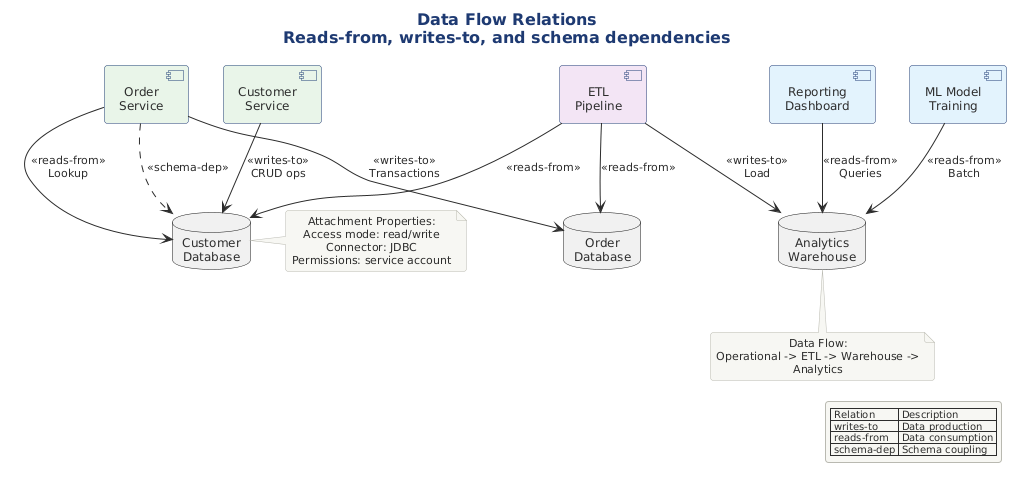
Above: src/architecture/views-and-beyond/style-catalogs/component-and-connector/shared-data-style/png/flow-relations-reads-writes-schema.png in Notoriousjayy/latex-docs (PlantUML), before the change.
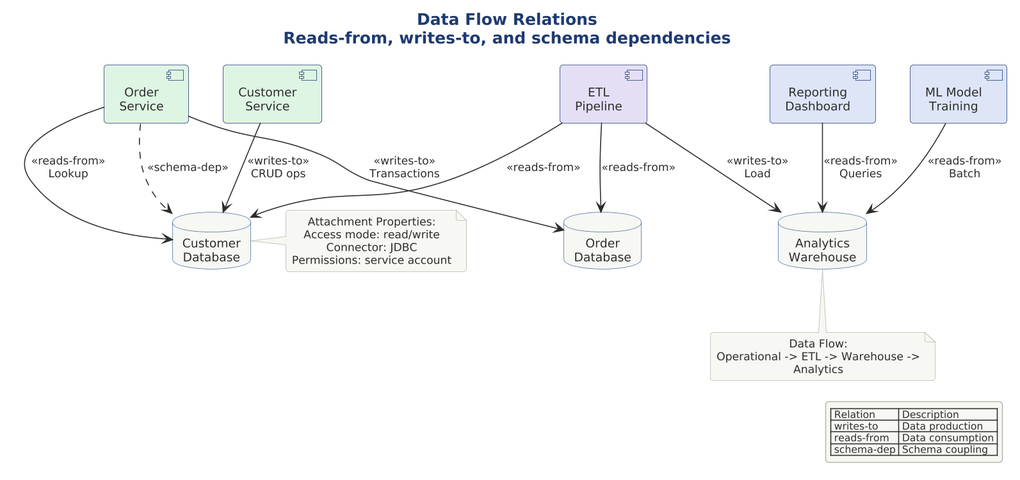
After the commit.

Change to the diagram source:
```diff
@@ -1,4 +1,9 @@
 @startuml
+
+skinparam dpi 150
+
+
+
 
 title Data Flow Relations\nReads-from, writes-to, and schema dependencies
 
@@ -8,11 +13,11 @@
 database "Order\nDatabase" as orderdb
 database "Analytics\nWarehouse" as warehouse
 
-[Order\nService] as orderSvc #E8F5E9
-[Customer\nService] as custSvc #E8F5E9
-[ETL\nPipeline] as etl #F3E5F5
-[Reporting\nDashboard] as reporting #E3F2FD
-[ML Model\nTraining] as ml #E3F2FD
+[Order\nService] as orderSvc $fill_ok
+[Customer\nService] as custSvc $fill_ok
+[ETL\nPipeline] as etl $fill_alt
+[Reporting\nDashboard] as reporting $fill_primary
+[ML Model\nTraining] as ml $fill_primary
 
 custSvc --> custdb : <<writes-to>>\nCRUD ops
 orderSvc --> orderdb : <<writes-to>>\nTransactions
```
